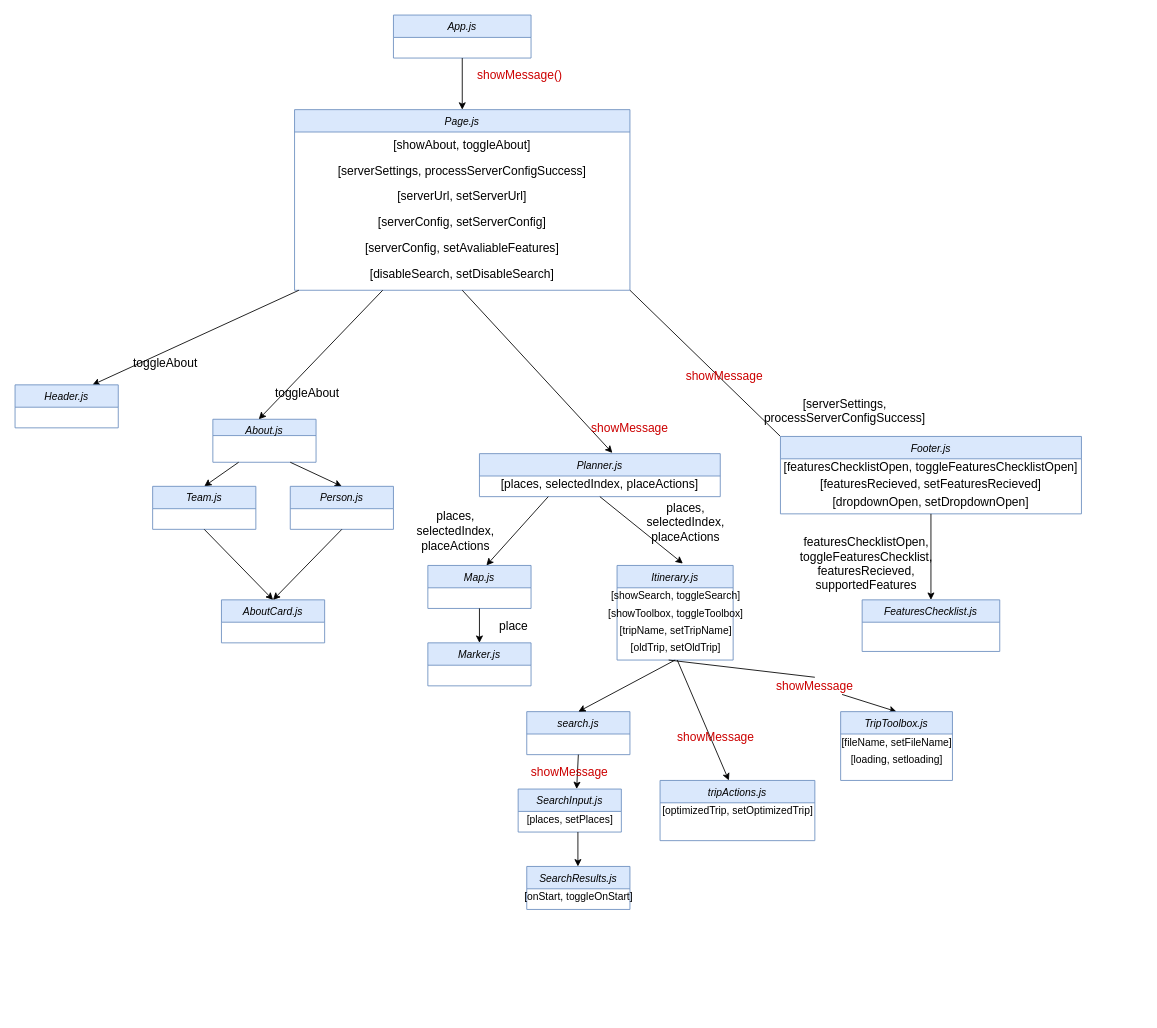
Above: reports/images/Component Diagram.drawio in tmanbarton/cs314Project (draw.io), before the change. Source tidied: cells renumbered, new cells numbered last; positions are measured from the earlier drawing's top-left corner, leaving out a move shared by most shapes. Both pictures are drawn from the tidied source at 86%, with x=0, y=0 at pixel (15, 15).
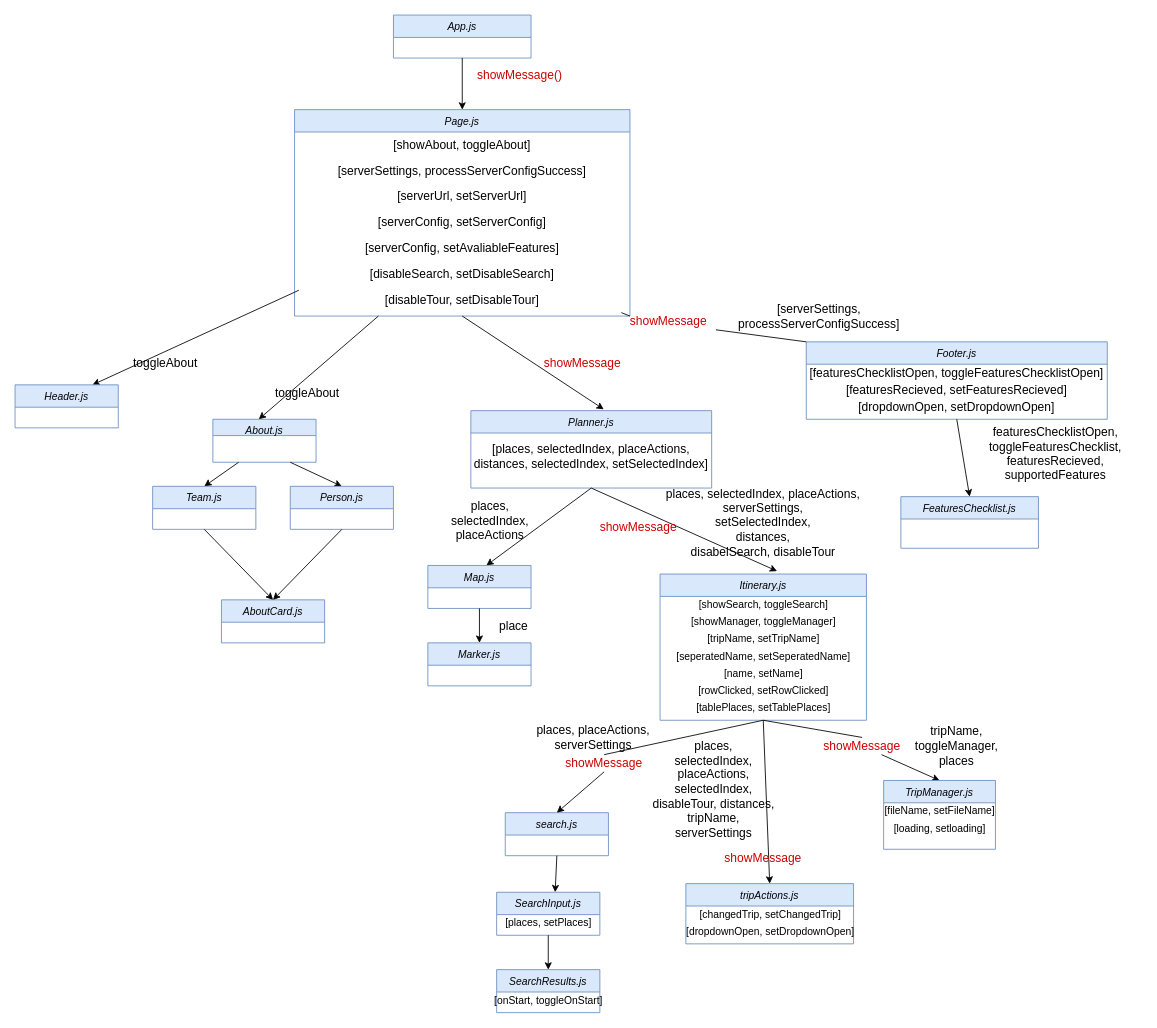
The same page after the edit.

Commit message (it also covers changes not shown here):
Updated Client Component Diagrams

Unchanged cells that the change refers to:
```xml
<mxCell id="15" value="About.js" style="swimlane;fontStyle=2;align=center;verticalAlign=top;horizontal=1;startSize=19;rounded=0;shadow=0;strokeWidth=1;fillColor=#dae8fc;strokeColor=#6c8ebf;" parent="1" vertex="1">
  <mxGeometry x="230" y="470" width="120" height="50" as="geometry" />
</mxCell>
<mxCell id="29" value="Map.js" style="swimlane;fontStyle=2;align=center;verticalAlign=top;horizontal=1;startSize=26;rounded=0;shadow=0;strokeWidth=1;fillColor=#dae8fc;strokeColor=#6c8ebf;" parent="1" vertex="1">
  <mxGeometry x="480" y="640" width="120" height="50" as="geometry" />
</mxCell>
```

Diff of the diagram source:
```diff
@@
     <mxCell id="4" value="Page.js" style="swimlane;fontStyle=2;align=center;verticalAlign=top;horizontal=1;startSize=26;rounded=0;shadow=0;strokeWidth=1;fillColor=#dae8fc;strokeColor=#6c8ebf;" parent="1" vertex="1">
-      <mxGeometry x="325" y="110" width="390" height="210" as="geometry" />
+      <mxGeometry x="325" y="110" width="390" height="240" as="geometry" />
     </mxCell>
@@
+    <mxCell id="71" value="[disableTour, setDisableTour]" style="text;html=1;strokeColor=none;fillColor=none;align=center;verticalAlign=middle;whiteSpace=wrap;rounded=0;fontSize=14;" parent="4" vertex="1">
+      <mxGeometry y="206" width="390" height="30" as="geometry" />
+    </mxCell>
@@
-    <mxCell id="16" style="endArrow=classic;html=1;fontSize=14;entryX=0.445;entryY=0;entryDx=0;entryDy=0;entryPerimeter=0;exitX=0.25;exitY=1;exitDx=0;exitDy=0;" parent="1" edge="1" target="15">
-      <mxGeometry relative="1" as="geometry">
-        <mxPoint x="427.5" y="320" as="sourcePoint" />
-      </mxGeometry>
+    <mxCell id="16" style="endArrow=classic;html=1;fontSize=14;entryX=0.445;entryY=0;entryDx=0;entryDy=0;entryPerimeter=0;exitX=0.25;exitY=1;exitDx=0;exitDy=0;" parent="1" edge="1" source="4" target="15">
+      <mxGeometry relative="1" as="geometry" />
     </mxCell>
@@
     <mxCell id="18" value="Planner.js&#10;" style="swimlane;fontStyle=2;align=center;verticalAlign=top;horizontal=1;startSize=26;rounded=0;shadow=0;strokeWidth=1;fillColor=#dae8fc;strokeColor=#6c8ebf;" parent="1" vertex="1">
-      <mxGeometry x="540" y="510" width="280" height="50" as="geometry" />
+      <mxGeometry x="530" y="460" width="280" height="90" as="geometry" />
     </mxCell>
-    <mxCell id="19" value="[places, selectedIndex, placeActions]" style="text;html=1;strokeColor=none;fillColor=none;align=center;verticalAlign=middle;whiteSpace=wrap;rounded=0;fontSize=14;" parent="18" vertex="1">
-      <mxGeometry y="26" width="280" height="20" as="geometry" />
+    <mxCell id="19" value="[places, selectedIndex, placeActions, distances, selectedIndex, setSelectedIndex]" style="text;html=1;strokeColor=none;fillColor=none;align=center;verticalAlign=middle;whiteSpace=wrap;rounded=0;fontSize=14;" parent="18" vertex="1">
+      <mxGeometry y="26" width="280" height="54" as="geometry" />
     </mxCell>
@@
     <mxCell id="21" value="&lt;span style=&quot;color: rgb(204 , 0 , 0)&quot;&gt;showMessage&lt;/span&gt;" style="text;html=1;strokeColor=none;fillColor=none;align=center;verticalAlign=middle;whiteSpace=wrap;rounded=0;fontSize=14;fontColor=#FF0000;" parent="1" vertex="1">
-      <mxGeometry x="660" y="470" width="110" height="20" as="geometry" />
+      <mxGeometry x="605" y="395" width="110" height="20" as="geometry" />
     </mxCell>
-    <mxCell id="22" style="endArrow=none;html=1;fontSize=14;fontColor=#FF0000;entryX=1;entryY=1;entryDx=0;entryDy=0;exitX=0;exitY=0;exitDx=0;exitDy=0;" parent="1" edge="1" source="23" target="4">
+    <mxCell id="22" style="endArrow=none;html=1;fontSize=14;fontColor=#FF0000;entryX=1;entryY=1;entryDx=0;entryDy=0;exitX=0;exitY=0;exitDx=0;exitDy=0;startArrow=none;" parent="1" edge="1" source="58" target="4">
       <mxGeometry relative="1" as="geometry" />
     </mxCell>
     <mxCell id="23" value="Footer.js" style="swimlane;fontStyle=2;align=center;verticalAlign=top;horizontal=1;startSize=26;rounded=0;shadow=0;strokeWidth=1;fillColor=#dae8fc;strokeColor=#6c8ebf;" parent="1" vertex="1">
-      <mxGeometry x="890" y="490" width="350" height="90" as="geometry" />
+      <mxGeometry x="920" y="380" width="350" height="90" as="geometry" />
     </mxCell>
@@
     <mxCell id="27" value="[serverSettings, &lt;br&gt;processServerConfigSuccess]" style="text;html=1;strokeColor=none;fillColor=none;align=center;verticalAlign=middle;whiteSpace=wrap;rounded=0;fontSize=14;fontColor=#000000;rotation=0;" parent="1" vertex="1">
-      <mxGeometry x="810" y="450" width="310" height="20" as="geometry" />
+      <mxGeometry x="780" y="340" width="310" height="20" as="geometry" />
     </mxCell>
-    <mxCell id="28" style="endArrow=classic;html=1;fontColor=#CC0000;entryX=0.567;entryY=0;entryDx=0;entryDy=0;entryPerimeter=0;exitX=0.5;exitY=1;exitDx=0;exitDy=0;" parent="1" edge="1" target="29">
-      <mxGeometry relative="1" as="geometry">
-        <mxPoint x="620" y="560" as="sourcePoint" />
-      </mxGeometry>
+    <mxCell id="28" style="endArrow=classic;html=1;fontColor=#CC0000;entryX=0.567;entryY=0;entryDx=0;entryDy=0;entryPerimeter=0;exitX=0.5;exitY=1;exitDx=0;exitDy=0;" parent="1" edge="1" source="18" target="29">
+      <mxGeometry relative="1" as="geometry" />
     </mxCell>
@@
     <mxCell id="32" value="Itinerary.js" style="swimlane;fontStyle=2;align=center;verticalAlign=top;horizontal=1;startSize=26;rounded=0;shadow=0;strokeWidth=1;fillColor=#dae8fc;strokeColor=#6c8ebf;" parent="1" vertex="1">
-      <mxGeometry x="700" y="640" width="135" height="110" as="geometry" />
+      <mxGeometry x="750" y="650" width="240" height="170" as="geometry" />
     </mxCell>
     <mxCell id="33" value="[showSearch, toggleSearch]" style="text;html=1;align=center;verticalAlign=middle;strokeColor=none;fillColor=none;" parent="32" vertex="1">
-      <mxGeometry y="26" width="135" height="20" as="geometry" />
+      <mxGeometry y="26" width="240" height="20" as="geometry" />
     </mxCell>
-    <mxCell id="34" value="[showToolbox, toggleToolbox]" style="text;html=1;align=center;verticalAlign=middle;strokeColor=none;fillColor=none;" parent="32" vertex="1">
-      <mxGeometry y="46" width="135" height="20" as="geometry" />
+    <mxCell id="34" value="[showManager, toggleManager]" style="text;html=1;align=center;verticalAlign=middle;strokeColor=none;fillColor=none;" parent="32" vertex="1">
+      <mxGeometry y="46" width="240" height="20" as="geometry" />
     </mxCell>
     <mxCell id="35" value="[tripName, setTripName]" style="text;html=1;align=center;verticalAlign=middle;strokeColor=none;fillColor=none;" parent="32" vertex="1">
-      <mxGeometry y="66" width="135" height="20" as="geometry" />
+      <mxGeometry y="66" width="240" height="20" as="geometry" />
     </mxCell>
-    <mxCell id="36" value="[oldTrip, setOldTrip]" style="text;html=1;align=center;verticalAlign=middle;strokeColor=none;fillColor=none;" parent="32" vertex="1">
-      <mxGeometry y="86" width="135" height="20" as="geometry" />
-    </mxCell>
+    <mxCell id="72" value="[seperatedName, setSeperatedName]" style="text;html=1;align=center;verticalAlign=middle;strokeColor=none;fillColor=none;" parent="32" vertex="1">
+      <mxGeometry y="86" width="240" height="20" as="geometry" />
+    </mxCell>
+    <mxCell id="73" value="[name, setName]" style="text;html=1;align=center;verticalAlign=middle;strokeColor=none;fillColor=none;" parent="32" vertex="1">
+      <mxGeometry y="106" width="240" height="20" as="geometry" />
+    </mxCell>
+    <mxCell id="74" value="[rowClicked, setRowClicked]" style="text;html=1;align=center;verticalAlign=middle;strokeColor=none;fillColor=none;" parent="32" vertex="1">
+      <mxGeometry y="126" width="240" height="20" as="geometry" />
+    </mxCell>
+    <mxCell id="75" value="[tablePlaces, setTablePlaces]" style="text;html=1;align=center;verticalAlign=middle;strokeColor=none;fillColor=none;" parent="32" vertex="1">
+      <mxGeometry y="146" width="240" height="20" as="geometry" />
+    </mxCell>
     <mxCell id="37" value="FeaturesChecklist.js&#10;" style="swimlane;fontStyle=2;align=center;verticalAlign=top;horizontal=1;startSize=26;rounded=0;shadow=0;strokeWidth=1;fillColor=#dae8fc;strokeColor=#6c8ebf;" parent="1" vertex="1">
-      <mxGeometry x="985" y="680" width="160" height="60" as="geometry" />
+      <mxGeometry x="1030" y="560" width="160" height="60" as="geometry" />
     </mxCell>
@@
     <mxCell id="40" value="places, &lt;br&gt;selectedIndex, placeActions" style="text;html=1;strokeColor=none;fillColor=none;align=center;verticalAlign=middle;whiteSpace=wrap;rounded=0;rotation=0;fontSize=14;" parent="1" vertex="1">
-      <mxGeometry x="440" y="590" width="145" height="20" as="geometry" />
+      <mxGeometry x="480" y="578" width="145" height="20" as="geometry" />
     </mxCell>
-    <mxCell id="41" value="places, selectedIndex, placeActions" style="text;html=1;strokeColor=none;fillColor=none;align=center;verticalAlign=middle;whiteSpace=wrap;rounded=0;fontSize=14;" parent="1" vertex="1">
-      <mxGeometry x="750" y="580" width="60" height="20" as="geometry" />
+    <mxCell id="41" value="places, selectedIndex, placeActions, serverSettings,&lt;br&gt;setSelectedIndex,&lt;br&gt;distances,&lt;br&gt;disabelSearch, disableTour" style="text;html=1;strokeColor=none;fillColor=none;align=center;verticalAlign=middle;whiteSpace=wrap;rounded=0;fontSize=14;" parent="1" vertex="1">
+      <mxGeometry x="750" y="580" width="240" height="20" as="geometry" />
     </mxCell>
     <mxCell id="42" value="featuresChecklistOpen, toggleFeaturesChecklist, featuresRecieved, supportedFeatures" style="text;html=1;strokeColor=none;fillColor=none;align=center;verticalAlign=middle;whiteSpace=wrap;rounded=0;fontSize=14;fontColor=#000000;" parent="1" vertex="1">
-      <mxGeometry x="890" y="598" width="200" height="80" as="geometry" />
+      <mxGeometry x="1110" y="470" width="200" height="80" as="geometry" />
     </mxCell>
@@
     <mxCell id="51" value="search.js" style="swimlane;fontStyle=2;align=center;verticalAlign=top;horizontal=1;startSize=26;rounded=0;shadow=0;strokeWidth=1;fillColor=#dae8fc;strokeColor=#6c8ebf;" parent="1" vertex="1">
-      <mxGeometry x="595" y="810" width="120" height="50" as="geometry" />
+      <mxGeometry x="570" y="927.5" width="120" height="50" as="geometry" />
     </mxCell>
@@
     <mxCell id="53" value="SearchInput.js" style="swimlane;fontStyle=2;align=center;verticalAlign=top;horizontal=1;startSize=26;rounded=0;shadow=0;strokeWidth=1;fillColor=#dae8fc;strokeColor=#6c8ebf;" parent="1" vertex="1">
-      <mxGeometry x="585" y="900" width="120" height="50" as="geometry" />
+      <mxGeometry x="560" y="1020" width="120" height="50" as="geometry" />
     </mxCell>
@@
     <mxCell id="55" value="SearchResults.js" style="swimlane;fontStyle=2;align=center;verticalAlign=top;horizontal=1;startSize=26;rounded=0;shadow=0;strokeWidth=1;fillColor=#dae8fc;strokeColor=#6c8ebf;" parent="1" vertex="1">
-      <mxGeometry x="595" y="990" width="120" height="50" as="geometry" />
+      <mxGeometry x="560" y="1110" width="120" height="50" as="geometry" />
     </mxCell>
@@
-    <mxCell id="57" style="endArrow=classic;html=1;fontColor=#CC0000;exitX=0.5;exitY=1;exitDx=0;exitDy=0;" parent="1" edge="1">
-      <mxGeometry relative="1" as="geometry">
-        <mxPoint x="654.5" y="950" as="sourcePoint" />
-        <mxPoint x="654.5" y="990" as="targetPoint" />
-      </mxGeometry>
+    <mxCell id="57" style="endArrow=classic;html=1;fontColor=#CC0000;exitX=0.5;exitY=1;exitDx=0;exitDy=0;entryX=0.5;entryY=0;entryDx=0;entryDy=0;" parent="1" edge="1" source="53" target="55">
+      <mxGeometry relative="1" as="geometry" />
     </mxCell>
-    <mxCell id="58" value="&lt;span style=&quot;color: rgb(204 , 0 , 0)&quot;&gt;showMessage&lt;/span&gt;" style="text;html=1;strokeColor=none;fillColor=none;align=center;verticalAlign=middle;whiteSpace=wrap;rounded=0;fontSize=14;fontColor=#FF0000;" parent="1" vertex="1">
-      <mxGeometry x="770" y="410" width="110" height="20" as="geometry" />
-    </mxCell>
-    <mxCell id="59" value="&lt;span style=&quot;color: rgb(204 , 0 , 0)&quot;&gt;showMessage&lt;/span&gt;" style="text;html=1;strokeColor=none;fillColor=none;align=center;verticalAlign=middle;whiteSpace=wrap;rounded=0;fontSize=14;fontColor=#FF0000;" parent="1" vertex="1">
-      <mxGeometry x="590" y="870" width="110" height="20" as="geometry" />
-    </mxCell>
-    <mxCell id="60" style="endArrow=classic;html=1;entryX=0.5;entryY=0;entryDx=0;entryDy=0;exitX=0.5;exitY=1;exitDx=0;exitDy=0;" parent="1" edge="1" source="32" target="51">
+    <mxCell id="60" style="endArrow=classic;html=1;entryX=0.5;entryY=0;entryDx=0;entryDy=0;exitX=0.5;exitY=1;exitDx=0;exitDy=0;startArrow=none;" parent="1" edge="1" source="59" target="51">
       <mxGeometry relative="1" as="geometry" />
     </mxCell>
@@
-    <mxCell id="62" value="TripToolbox.js" style="swimlane;fontStyle=2;align=center;verticalAlign=top;horizontal=1;startSize=26;rounded=0;shadow=0;strokeWidth=1;fillColor=#dae8fc;strokeColor=#6c8ebf;" parent="1" vertex="1">
-      <mxGeometry x="960" y="810" width="130" height="80" as="geometry" />
+    <mxCell id="62" value="TripManager.js" style="swimlane;fontStyle=2;align=center;verticalAlign=top;horizontal=1;startSize=26;rounded=0;shadow=0;strokeWidth=1;fillColor=#dae8fc;strokeColor=#6c8ebf;" parent="1" vertex="1">
+      <mxGeometry x="1010" y="890" width="130" height="80" as="geometry" />
     </mxCell>
@@
     <mxCell id="65" value="&lt;span style=&quot;color: rgb(204 , 0 , 0)&quot;&gt;showMessage&lt;/span&gt;" style="text;html=1;strokeColor=none;fillColor=none;align=center;verticalAlign=middle;whiteSpace=wrap;rounded=0;fontSize=14;fontColor=#FF0000;" parent="1" vertex="1">
-      <mxGeometry x="875" y="770" width="110" height="20" as="geometry" />
+      <mxGeometry x="930" y="840" width="110" height="20" as="geometry" />
     </mxCell>
-    <mxCell id="66" style="endArrow=none;html=1;startArrow=none;entryX=0.5;entryY=0;entryDx=0;entryDy=0;" parent="1" edge="1" target="65">
-      <mxGeometry relative="1" as="geometry">
-        <mxPoint x="760" y="750" as="sourcePoint" />
-      </mxGeometry>
+    <mxCell id="66" style="endArrow=none;html=1;startArrow=none;entryX=0.5;entryY=0;entryDx=0;entryDy=0;exitX=0.5;exitY=1;exitDx=0;exitDy=0;" parent="1" edge="1" source="32" target="65">
+      <mxGeometry relative="1" as="geometry" />
     </mxCell>
-    <mxCell id="67" style="endArrow=classic;html=1;rounded=0;" parent="1" edge="1">
-      <mxGeometry relative="1" as="geometry">
-        <mxPoint x="770" y="750" as="sourcePoint" />
-        <mxPoint x="830" y="890" as="targetPoint" />
-      </mxGeometry>
+    <mxCell id="67" style="endArrow=classic;html=1;rounded=0;entryX=0.5;entryY=0;entryDx=0;entryDy=0;exitX=0.5;exitY=1;exitDx=0;exitDy=0;" parent="1" edge="1" source="32" target="68">
+      <mxGeometry relative="1" as="geometry" />
     </mxCell>
     <mxCell id="68" value="tripActions.js" style="swimlane;fontStyle=2;align=center;verticalAlign=top;horizontal=1;startSize=26;rounded=0;shadow=0;strokeWidth=1;fillColor=#dae8fc;strokeColor=#6c8ebf;" parent="1" vertex="1">
-      <mxGeometry x="750" y="890" width="180" height="70" as="geometry" />
+      <mxGeometry x="780" y="1010" width="195" height="70" as="geometry" />
     </mxCell>
-    <mxCell id="69" value="[optimizedTrip, setOptimizedTrip]" style="text;html=1;align=center;verticalAlign=middle;strokeColor=none;fillColor=none;" parent="68" vertex="1">
-      <mxGeometry y="26" width="180" height="20" as="geometry" />
+    <mxCell id="69" value="[changedTrip, setChangedTrip]" style="text;html=1;align=center;verticalAlign=middle;strokeColor=none;fillColor=none;" parent="68" vertex="1">
+      <mxGeometry y="26" width="195" height="20" as="geometry" />
     </mxCell>
+    <mxCell id="76" value="[dropdownOpen, setDropdownOpen]" style="text;html=1;align=center;verticalAlign=middle;strokeColor=none;fillColor=none;" parent="68" vertex="1">
+      <mxGeometry y="46" width="195" height="20" as="geometry" />
+    </mxCell>
     <mxCell id="70" value="&lt;span style=&quot;color: rgb(204 , 0 , 0)&quot;&gt;showMessage&lt;/span&gt;" style="text;html=1;strokeColor=none;fillColor=none;align=center;verticalAlign=middle;whiteSpace=wrap;rounded=0;fontSize=14;fontColor=#FF0000;" parent="1" vertex="1">
-      <mxGeometry x="760" y="830" width="110" height="20" as="geometry" />
+      <mxGeometry x="815" y="970" width="110" height="20" as="geometry" />
     </mxCell>
+    <mxCell id="58" value="&lt;span style=&quot;color: rgb(204 , 0 , 0)&quot;&gt;showMessage&lt;/span&gt;" style="text;html=1;strokeColor=none;fillColor=none;align=center;verticalAlign=middle;whiteSpace=wrap;rounded=0;fontSize=14;fontColor=#FF0000;" parent="1" vertex="1">
+      <mxGeometry x="705" y="346" width="110" height="20" as="geometry" />
+    </mxCell>
+    <mxCell id="77" style="endArrow=none;html=1;fontSize=14;fontColor=#FF0000;entryX=1;entryY=1;entryDx=0;entryDy=0;exitX=0;exitY=0;exitDx=0;exitDy=0;" parent="1" edge="1" source="23" target="58">
+      <mxGeometry relative="1" as="geometry" />
+    </mxCell>
+    <mxCell id="78" value="&lt;span style=&quot;color: rgb(204 , 0 , 0)&quot;&gt;showMessage&lt;/span&gt;" style="text;html=1;strokeColor=none;fillColor=none;align=center;verticalAlign=middle;whiteSpace=wrap;rounded=0;fontSize=14;fontColor=#FF0000;" parent="1" vertex="1">
+      <mxGeometry x="670" y="584.5" width="110" height="20" as="geometry" />
+    </mxCell>
+    <mxCell id="79" value="places, &lt;br&gt;selectedIndex, placeActions, selectedIndex, disableTour, distances, tripName, serverSettings" style="text;html=1;strokeColor=none;fillColor=none;align=center;verticalAlign=middle;whiteSpace=wrap;rounded=0;rotation=0;fontSize=14;" parent="1" vertex="1">
+      <mxGeometry x="740" y="890" width="145" height="20" as="geometry" />
+    </mxCell>
+    <mxCell id="59" value="&lt;span style=&quot;color: rgb(204 , 0 , 0)&quot;&gt;showMessage&lt;/span&gt;" style="text;html=1;strokeColor=none;fillColor=none;align=center;verticalAlign=middle;whiteSpace=wrap;rounded=0;fontSize=14;fontColor=#FF0000;" parent="1" vertex="1">
+      <mxGeometry x="630" y="860" width="110" height="20" as="geometry" />
+    </mxCell>
+    <mxCell id="80" style="endArrow=none;html=1;entryX=0.5;entryY=0;entryDx=0;entryDy=0;exitX=0.5;exitY=1;exitDx=0;exitDy=0;" parent="1" edge="1" source="32" target="59">
+      <mxGeometry relative="1" as="geometry" />
+    </mxCell>
+    <mxCell id="81" value="places, placeActions, serverSettings" style="text;html=1;strokeColor=none;fillColor=none;align=center;verticalAlign=middle;whiteSpace=wrap;rounded=0;rotation=0;fontSize=14;" parent="1" vertex="1">
+      <mxGeometry x="600" y="830" width="145" height="20" as="geometry" />
+    </mxCell>
+    <mxCell id="82" value="tripName, toggleManager, places" style="text;html=1;strokeColor=none;fillColor=none;align=center;verticalAlign=middle;whiteSpace=wrap;rounded=0;fontSize=14;fontColor=#000000;" parent="1" vertex="1">
+      <mxGeometry x="1025" y="810" width="140" height="80" as="geometry" />
+    </mxCell>
```
